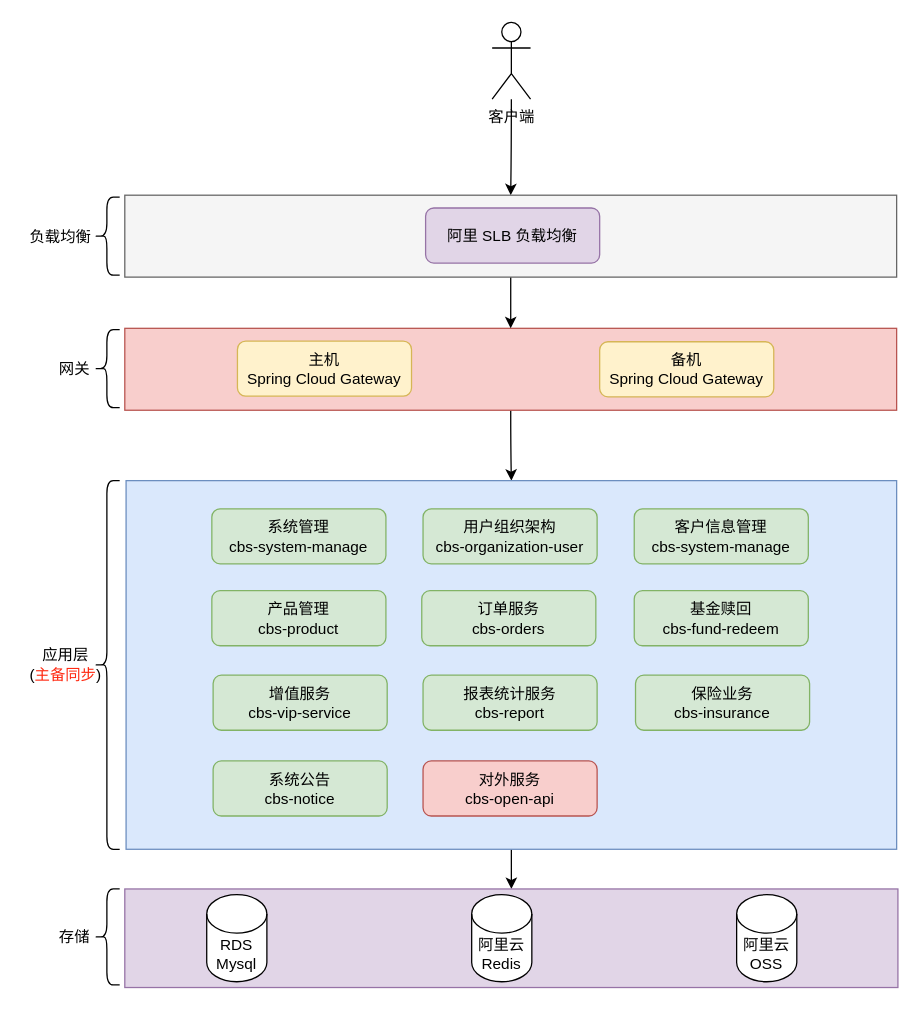
Above: 全文检索架构图0612.drawio in ammengke/my-drawio (draw.io), before the change. Source tidied: cells renumbered, new cells numbered last; positions are measured from the earlier drawing's top-left corner, leaving out a move shared by most shapes. Both pictures are drawn from the tidied source at 128%, with x=0, y=0 at pixel (22, 22).
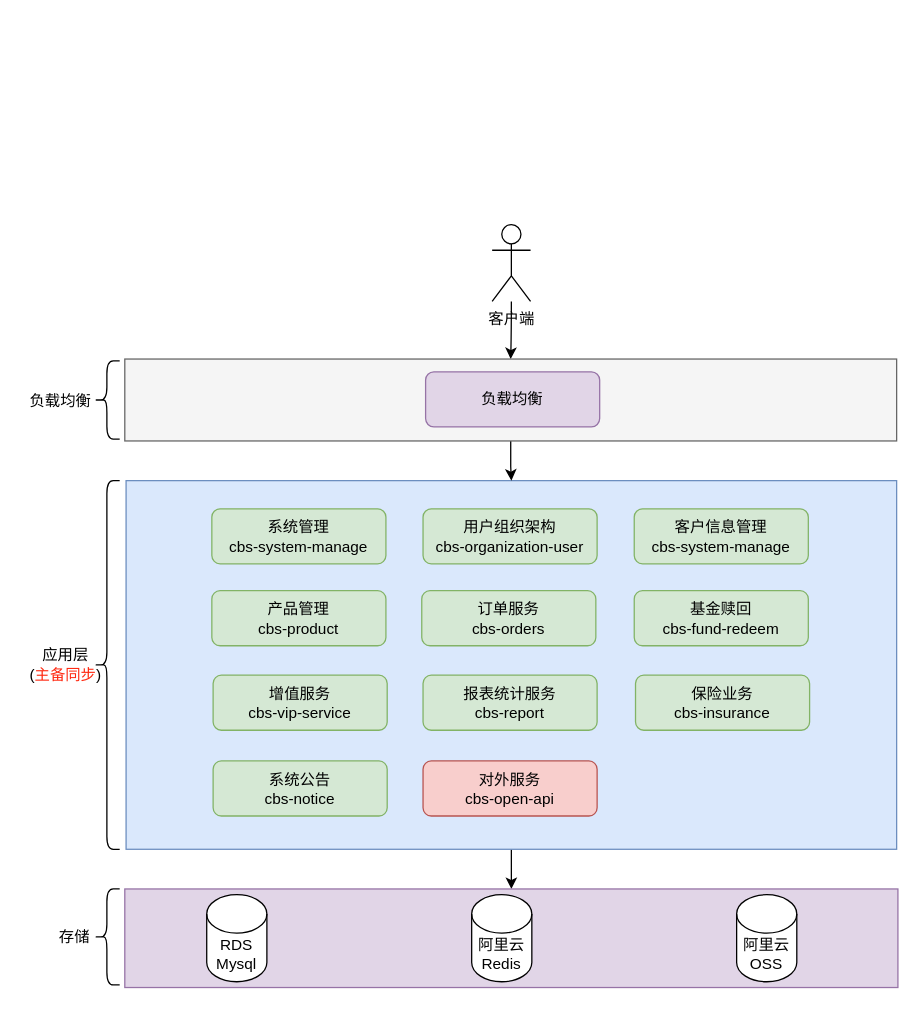
The same diagram, later.

Commit message (it also covers changes not shown here):
更新全文检索架构图0612.drawio

The change refers to these unchanged cells:
```xml
<mxCell id="8" style="rounded=0;whiteSpace=wrap;html=1;fillColor=#dae8fc;strokeColor=#6c8ebf;" parent="1" vertex="1">
  <mxGeometry x="81" y="358" width="602" height="288" as="geometry" />
</mxCell>
```

Change to the diagram source:
```diff
@@
-    <mxCell id="2" style="edgeStyle=orthogonalEdgeStyle;curved=1;rounded=0;jettySize=auto;html=1;entryX=0.5;entryY=0;entryDx=0;entryDy=0;" parent="1" edge="1" source="3" target="8">
-      <mxGeometry relative="1" as="geometry" />
-    </mxCell>
-    <mxCell id="3" style="rounded=0;whiteSpace=wrap;html=1;fillColor=#f8cecc;strokeColor=#b85450;" parent="1" vertex="1">
-      <mxGeometry x="80" y="239" width="603" height="64" as="geometry" />
-    </mxCell>
@@
     <mxCell id="5" value="客户端" style="shape=umlActor;verticalLabelPosition=bottom;verticalAlign=top;html=1;outlineConnect=0;" parent="1" vertex="1">
-      <mxGeometry x="367" width="30" height="60" as="geometry" />
+      <mxGeometry x="367" y="158" width="30" height="60" as="geometry" />
     </mxCell>
-    <mxCell id="6" value="主机&lt;br&gt;Spring Cloud Gateway" style="rounded=1;whiteSpace=wrap;html=1;fillColor=#fff2cc;strokeColor=#d6b656;" parent="1" vertex="1">
-      <mxGeometry x="168" y="249" width="136" height="43" as="geometry" />
-    </mxCell>
@@
-    <mxCell id="20" value="网关" style="text;html=1;strokeColor=none;fillColor=none;align=center;verticalAlign=middle;whiteSpace=wrap;rounded=0;" parent="1" vertex="1">
-      <mxGeometry x="11" y="256" width="60" height="30" as="geometry" />
-    </mxCell>
-    <mxCell id="21" style="shape=curlyBracket;whiteSpace=wrap;html=1;rounded=1;" parent="1" vertex="1">
-      <mxGeometry x="56" y="240" width="20" height="61" as="geometry" />
-    </mxCell>
@@
-    <mxCell id="30" style="edgeStyle=orthogonalEdgeStyle;curved=1;rounded=0;jettySize=auto;html=1;entryX=0.5;entryY=0;entryDx=0;entryDy=0;" parent="1" edge="1" source="31" target="3">
-      <mxGeometry relative="1" as="geometry" />
-    </mxCell>
+    <mxCell id="36" style="edgeStyle=orthogonalEdgeStyle;rounded=0;jettySize=auto;html=1;" parent="1" edge="1" source="31" target="8">
+      <mxGeometry relative="1" as="geometry" />
+    </mxCell>
     <mxCell id="31" style="rounded=0;whiteSpace=wrap;html=1;fillColor=#f5f5f5;strokeColor=#666666;fontColor=#333333;" parent="1" vertex="1">
-      <mxGeometry x="80" y="135" width="603" height="64" as="geometry" />
+      <mxGeometry x="80" y="263" width="603" height="64" as="geometry" />
     </mxCell>
     <mxCell id="32" value="负载均衡" style="text;html=1;strokeColor=none;fillColor=none;align=center;verticalAlign=middle;whiteSpace=wrap;rounded=0;" parent="1" vertex="1">
-      <mxGeometry y="152.5" width="60" height="30" as="geometry" />
+      <mxGeometry y="280.5" width="60" height="30" as="geometry" />
     </mxCell>
     <mxCell id="33" style="shape=curlyBracket;whiteSpace=wrap;html=1;rounded=1;" parent="1" vertex="1">
-      <mxGeometry x="56" y="136.5" width="20" height="61" as="geometry" />
+      <mxGeometry x="56" y="264.5" width="20" height="61" as="geometry" />
     </mxCell>
-    <mxCell id="34" value="备机&lt;br&gt;Spring Cloud Gateway" style="rounded=1;whiteSpace=wrap;html=1;fillColor=#fff2cc;strokeColor=#d6b656;" parent="1" vertex="1">
-      <mxGeometry x="451" y="249.5" width="136" height="43" as="geometry" />
-    </mxCell>
-    <mxCell id="35" value="阿里 SLB 负载均衡" style="rounded=1;whiteSpace=wrap;html=1;fillColor=#e1d5e7;strokeColor=#9673a6;" parent="1" vertex="1">
-      <mxGeometry x="315" y="145" width="136" height="43" as="geometry" />
+    <mxCell id="35" value="负载均衡" style="rounded=1;whiteSpace=wrap;html=1;fillColor=#e1d5e7;strokeColor=#9673a6;" parent="1" vertex="1">
+      <mxGeometry x="315" y="273" width="136" height="43" as="geometry" />
     </mxCell>
```
